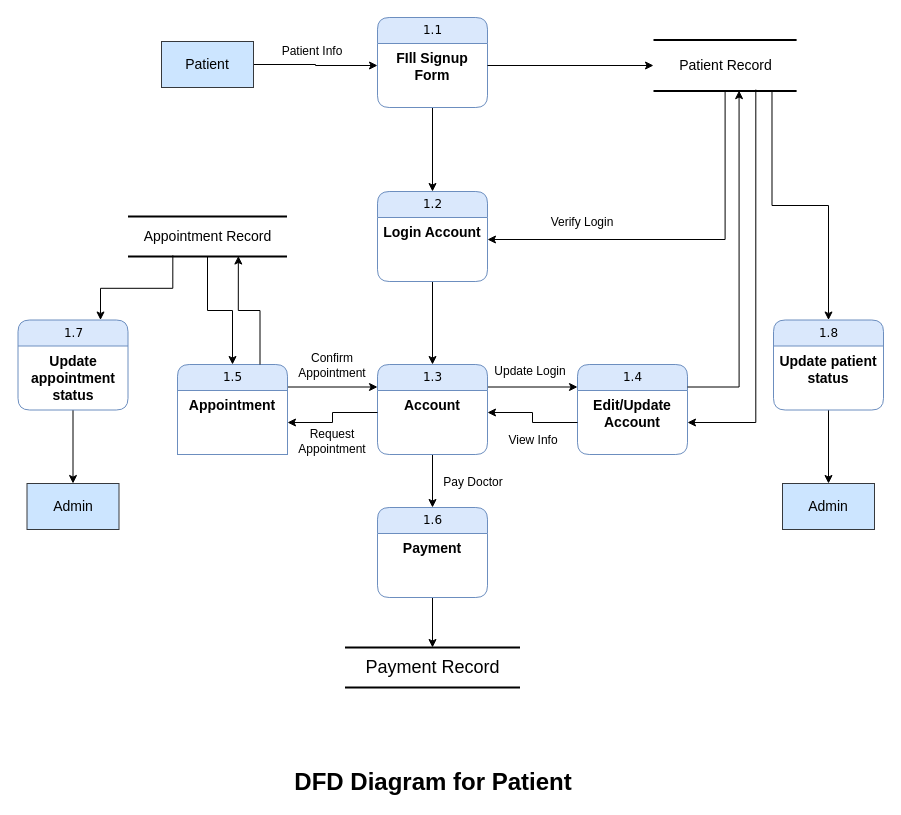
Above: page "Page-1" (1 of 2) of [MISC]/Diagrams/DFD/Data Flow Diagram.drawio in IntelligentBeaver/Doctor-Appointment-System (draw.io), before the change. Source tidied: cells renumbered, new cells numbered last; positions are measured from the earlier drawing's top-left corner, leaving out a move shared by most shapes. Both pictures are drawn from the tidied source at 100%, with x=0, y=0 at pixel (17, 17).
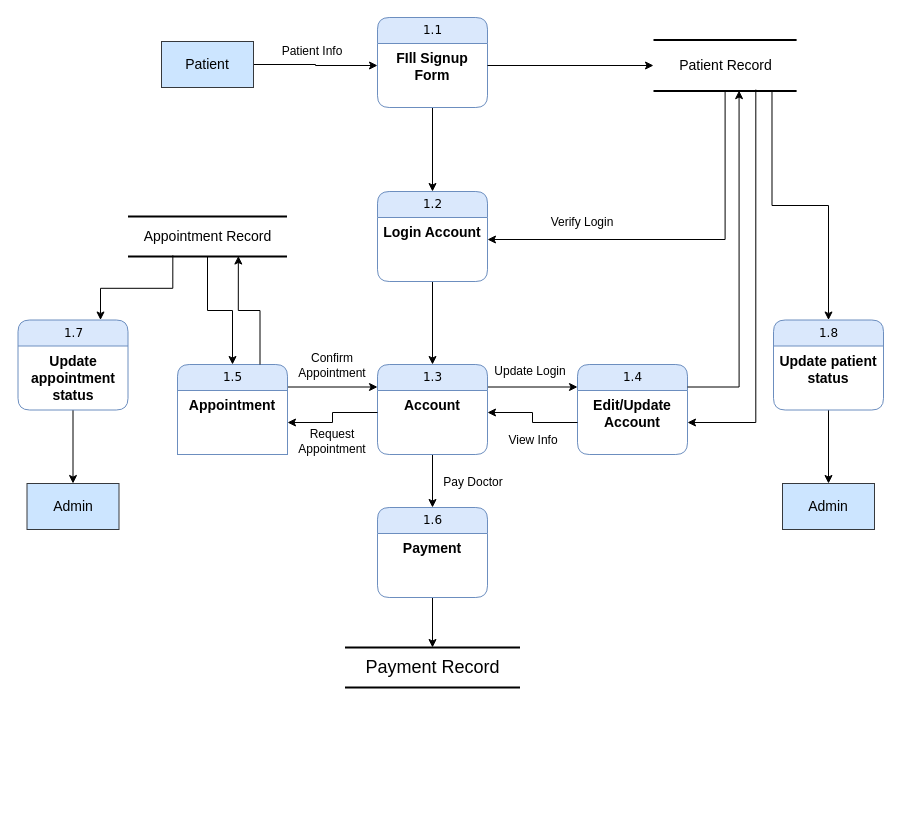
After the change.

Change to the diagram source:
```diff
@@
-    <mxCell id="42" value="&lt;font style=&quot;font-size: 24px;&quot;&gt;&lt;b style=&quot;&quot;&gt;DFD Diagram for Patient&lt;/b&gt;&lt;/font&gt;" style="text;html=1;strokeColor=none;fillColor=none;align=center;verticalAlign=middle;whiteSpace=wrap;rounded=0;" parent="1" vertex="1">
-      <mxGeometry x="276" y="750" width="280" height="30" as="geometry" />
-    </mxCell>
```
